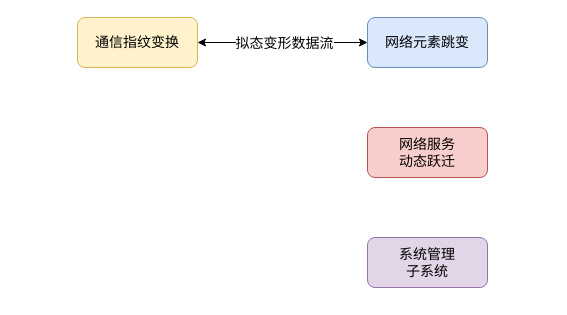
Earlier version of the draw.io diagram 动态变换子系统信息流程图.drawio (qiuqiu1234/my-test-pro). Source tidied: cells renumbered, new cells numbered last; positions are measured from the earlier drawing's top-left corner, leaving out a move shared by most shapes. Both pictures are drawn from the tidied source at 100%, with x=0, y=0 at pixel (77, 17).
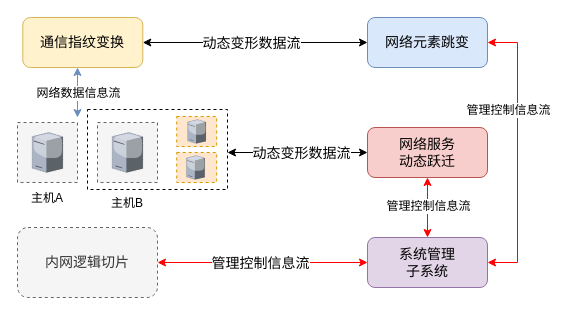
The same page after the edit.

Commit message (it also covers changes not shown here):
更新动态变换子系统信息流程图.drawio

Unchanged cells that the change refers to:
```xml
<mxCell id="3" value="&lt;font style=&quot;font-size: 14px;&quot;&gt;网络元素跳变&lt;/font&gt;" style="rounded=1;whiteSpace=wrap;html=1;fillColor=#dae8fc;strokeColor=#6c8ebf;" parent="1" vertex="1">
  <mxGeometry x="290" width="120" height="50" as="geometry" />
</mxCell>
<mxCell id="4" value="&lt;font style=&quot;font-size: 14px;&quot;&gt;网络服务&lt;br&gt;动态跃迁&lt;/font&gt;" style="rounded=1;whiteSpace=wrap;html=1;fillColor=#f8cecc;strokeColor=#b85450;" parent="1" vertex="1">
  <mxGeometry x="290" y="110" width="120" height="50" as="geometry" />
</mxCell>
<mxCell id="5" value="&lt;span style=&quot;font-size: 14px;&quot;&gt;系统管理&lt;br&gt;子系统&lt;/span&gt;" style="rounded=1;whiteSpace=wrap;html=1;fillColor=#e1d5e7;strokeColor=#9673a6;" parent="1" vertex="1">
  <mxGeometry x="290" y="220" width="120" height="50" as="geometry" />
</mxCell>
<mxCell id="6" style="endArrow=classic;startArrow=classic;html=1;rounded=0;fontSize=14;entryX=0;entryY=0.5;entryDx=0;entryDy=0;exitX=1;exitY=0.5;exitDx=0;exitDy=0;" parent="1" edge="1" source="2" target="3">
  <mxGeometry relative="1" as="geometry" />
</mxCell>
```

The edit, as a diff of the source:
```diff
@@
+    <mxCell id="8" style="rounded=0;whiteSpace=wrap;html=1;dashed=1;fontSize=12;" parent="1" vertex="1">
+      <mxGeometry x="10" y="92" width="140" height="80" as="geometry" />
+    </mxCell>
     <mxCell id="2" value="&lt;font style=&quot;font-size: 14px;&quot;&gt;通信指纹变换&lt;/font&gt;" style="rounded=1;whiteSpace=wrap;html=1;fillColor=#fff2cc;strokeColor=#d6b656;" parent="1" vertex="1">
-      <mxGeometry width="120" height="50" as="geometry" />
+      <mxGeometry x="-54.7" width="120" height="50" as="geometry" />
     </mxCell>
@@
-    <mxCell id="7" value="拟态变形数据流" style="edgeLabel;html=1;align=center;verticalAlign=middle;fontSize=14;" parent="6" vertex="1">
+    <mxCell id="7" value="动态变形数据流" style="edgeLabel;html=1;align=center;verticalAlign=middle;fontSize=14;" parent="6" vertex="1">
       <mxGeometry x="-0.18" relative="1" as="geometry">
         <mxPoint x="16" as="offset" />
       </mxGeometry>
     </mxCell>
+    <mxCell id="9" value="&lt;span style=&quot;font-size: 14px;&quot;&gt;内网逻辑切片&lt;/span&gt;" style="rounded=1;whiteSpace=wrap;html=1;fillColor=#f5f5f5;strokeColor=#666666;dashed=1;fontColor=#333333;" parent="1" vertex="1">
+      <mxGeometry x="-60" y="210" width="140" height="70" as="geometry" />
+    </mxCell>
+    <mxCell id="10" style="endArrow=classic;startArrow=classic;html=1;rounded=0;fontSize=14;entryX=0;entryY=0.5;entryDx=0;entryDy=0;exitX=1;exitY=0.5;exitDx=0;exitDy=0;strokeColor=#ff0000;" parent="1" edge="1" source="9" target="5">
+      <mxGeometry relative="1" as="geometry" />
+    </mxCell>
+    <mxCell id="11" value="管理控制信息流" style="edgeLabel;html=1;align=center;verticalAlign=middle;fontSize=14;" parent="10" vertex="1">
+      <mxGeometry x="-0.18" relative="1" as="geometry">
+        <mxPoint x="16" as="offset" />
+      </mxGeometry>
+    </mxCell>
+    <mxCell id="12" style="rounded=0;whiteSpace=wrap;html=1;dashed=1;fontSize=14;fillColor=#f5f5f5;fontColor=#333333;strokeColor=#666666;" parent="1" vertex="1">
+      <mxGeometry x="-60" y="105" width="60" height="60" as="geometry" />
+    </mxCell>
+    <mxCell id="13" style="verticalLabelPosition=bottom;sketch=0;html=1;verticalAlign=top;strokeColor=none;align=center;shape=mxgraph.citrix.license_server;dashed=1;fontSize=14;" parent="1" vertex="1">
+      <mxGeometry x="-45.3" y="115" width="30.6" height="40" as="geometry" />
+    </mxCell>
+    <mxCell id="14" style="rounded=0;whiteSpace=wrap;html=1;dashed=1;fontSize=14;fillColor=#f5f5f5;fontColor=#333333;strokeColor=#666666;" parent="1" vertex="1">
+      <mxGeometry x="20" y="105" width="60" height="60" as="geometry" />
+    </mxCell>
+    <mxCell id="15" style="verticalLabelPosition=bottom;sketch=0;html=1;verticalAlign=top;strokeColor=none;align=center;shape=mxgraph.citrix.license_server;dashed=1;fontSize=14;" parent="1" vertex="1">
+      <mxGeometry x="34.7" y="115" width="30.6" height="40" as="geometry" />
+    </mxCell>
+    <mxCell id="16" value="&lt;font style=&quot;font-size: 12px;&quot;&gt;主机A&lt;/font&gt;" style="text;html=1;strokeColor=none;fillColor=none;align=center;verticalAlign=middle;whiteSpace=wrap;rounded=0;fontSize=14;" parent="1" vertex="1">
+      <mxGeometry x="-60" y="165" width="60" height="30" as="geometry" />
+    </mxCell>
+    <mxCell id="17" value="&lt;font style=&quot;font-size: 12px;&quot;&gt;主机B&lt;/font&gt;" style="text;html=1;strokeColor=none;fillColor=none;align=center;verticalAlign=middle;whiteSpace=wrap;rounded=0;fontSize=14;" parent="1" vertex="1">
+      <mxGeometry x="20" y="170" width="60" height="30" as="geometry" />
+    </mxCell>
+    <mxCell id="18" style="rounded=0;whiteSpace=wrap;html=1;dashed=1;fontSize=14;fillColor=#ffe6cc;strokeColor=#d79b00;" parent="1" vertex="1">
+      <mxGeometry x="99.2" y="99" width="40" height="30" as="geometry" />
+    </mxCell>
+    <mxCell id="19" style="rounded=0;whiteSpace=wrap;html=1;dashed=1;fontSize=14;fillColor=#ffe6cc;strokeColor=#d79b00;" parent="1" vertex="1">
+      <mxGeometry x="99.2" y="135" width="40" height="30" as="geometry" />
+    </mxCell>
+    <mxCell id="20" style="verticalLabelPosition=bottom;sketch=0;html=1;verticalAlign=top;strokeColor=#d79b00;align=center;shape=mxgraph.citrix.license_server;dashed=1;fontSize=14;fillColor=#ffe6cc;" parent="1" vertex="1">
+      <mxGeometry x="110" y="102" width="18.4" height="24" as="geometry" />
+    </mxCell>
+    <mxCell id="21" style="verticalLabelPosition=bottom;sketch=0;html=1;verticalAlign=top;strokeColor=#d79b00;align=center;shape=mxgraph.citrix.license_server;dashed=1;fontSize=14;fillColor=#ffe6cc;" parent="1" vertex="1">
+      <mxGeometry x="108.8" y="138" width="18.4" height="24" as="geometry" />
+    </mxCell>
+    <mxCell id="22" style="endArrow=classic;startArrow=classic;html=1;rounded=0;fontSize=14;entryX=0;entryY=0.5;entryDx=0;entryDy=0;" parent="1" edge="1" target="4">
+      <mxGeometry relative="1" as="geometry">
+        <mxPoint x="150" y="135" as="sourcePoint" />
+      </mxGeometry>
+    </mxCell>
+    <mxCell id="23" value="动态变形数据流" style="edgeLabel;html=1;align=center;verticalAlign=middle;fontSize=14;" parent="22" vertex="1">
+      <mxGeometry x="-0.18" relative="1" as="geometry">
+        <mxPoint x="16" as="offset" />
+      </mxGeometry>
+    </mxCell>
+    <mxCell id="24" style="endArrow=classic;startArrow=classic;html=1;rounded=0;fontSize=12;fillColor=#dae8fc;strokeColor=#6c8ebf;" parent="1" edge="1">
+      <mxGeometry relative="1" as="geometry">
+        <mxPoint y="100" as="sourcePoint" />
+        <mxPoint y="50" as="targetPoint" />
+      </mxGeometry>
+    </mxCell>
+    <mxCell id="25" value="网络数据信息流" style="edgeLabel;html=1;align=center;verticalAlign=middle;fontSize=12;" parent="24" vertex="1">
+      <mxGeometry x="-0.36" y="1" relative="1" as="geometry">
+        <mxPoint x="1" y="-9" as="offset" />
+      </mxGeometry>
+    </mxCell>
+    <mxCell id="26" style="endArrow=classic;startArrow=classic;html=1;rounded=0;strokeColor=#ff0000;fontSize=12;entryX=0.5;entryY=1;entryDx=0;entryDy=0;exitX=0.5;exitY=0;exitDx=0;exitDy=0;" parent="1" edge="1" source="5" target="4">
+      <mxGeometry relative="1" as="geometry" />
+    </mxCell>
+    <mxCell id="27" value="管理控制信息流" style="edgeLabel;html=1;align=center;verticalAlign=middle;fontSize=12;" parent="26" vertex="1">
+      <mxGeometry x="-0.39" relative="1" as="geometry">
+        <mxPoint y="-14" as="offset" />
+      </mxGeometry>
+    </mxCell>
+    <mxCell id="28" style="endArrow=classic;startArrow=classic;html=1;rounded=0;strokeColor=#ff0000;fontSize=12;exitX=1;exitY=0.5;exitDx=0;exitDy=0;entryX=1;entryY=0.5;entryDx=0;entryDy=0;edgeStyle=orthogonalEdgeStyle;" parent="1" edge="1" source="5" target="3">
+      <mxGeometry relative="1" as="geometry">
+        <Array as="points">
+          <mxPoint x="440" y="245" />
+          <mxPoint x="440" y="25" />
+        </Array>
+      </mxGeometry>
+    </mxCell>
+    <mxCell id="29" value="管理控制信息流" style="edgeLabel;html=1;align=center;verticalAlign=middle;fontSize=12;" parent="28" vertex="1">
+      <mxGeometry x="-0.14" relative="1" as="geometry">
+        <mxPoint x="-10" y="-63" as="offset" />
+      </mxGeometry>
+    </mxCell>
```
